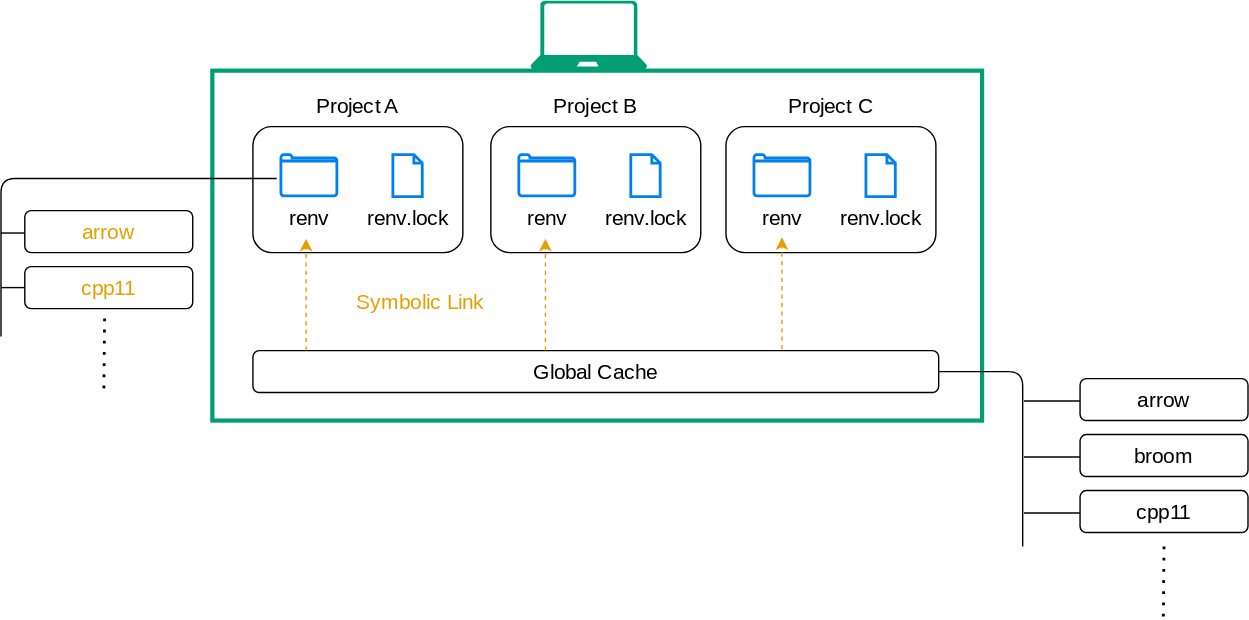
This is docs/static/img/renv_backgroud.drawio.svg from kazuyanagimoto/rabootcamp-docker-2023, a draw.io export, as it was before one commit. Source tidied: cells renumbered, new cells last; positions are measured from the earlier drawing's top-left corner, leaving out a move shared by most shapes. The source it was exported from:
```xml
<mxGraphModel>
  <root>
    <mxCell id="0" />
    <mxCell id="1" parent="0" />
    <mxCell id="2" style="rounded=0;whiteSpace=wrap;html=1;fillColor=none;strokeColor=#009E73;strokeWidth=3;fontFamily=Montserrat;fontSource=https%3A%2F%2Ffonts.googleapis.com%2Fcss%3Ffamily%3DMontserrat;" parent="1" vertex="1">
      <mxGeometry x="151" y="50" width="550" height="250" as="geometry" />
    </mxCell>
    <mxCell id="3" style="verticalLabelPosition=bottom;html=1;verticalAlign=top;align=center;strokeColor=none;fillColor=#009E73;shape=mxgraph.azure.laptop;fontFamily=Montserrat;fontSource=https%3A%2F%2Ffonts.googleapis.com%2Fcss%3Ffamily%3DMontserrat;" parent="1" vertex="1">
      <mxGeometry x="378.3" width="83.3" height="50" as="geometry" />
    </mxCell>
    <mxCell id="4" value="Global Cache" style="rounded=1;whiteSpace=wrap;html=1;fillColor=none;fontSize=15;fontFamily=Montserrat;fontSource=https%3A%2F%2Ffonts.googleapis.com%2Fcss%3Ffamily%3DMontserrat;" parent="1" vertex="1">
      <mxGeometry x="180" y="250" width="490" height="30" as="geometry" />
    </mxCell>
    <mxCell id="5" style="endArrow=none;html=1;fontSize=15;fontFamily=Montserrat;fontSource=https%3A%2F%2Ffonts.googleapis.com%2Fcss%3Ffamily%3DMontserrat;" parent="1" edge="1">
      <mxGeometry relative="1" as="geometry">
        <mxPoint x="731" y="286" as="sourcePoint" />
        <mxPoint x="771" y="286" as="targetPoint" />
      </mxGeometry>
    </mxCell>
    <mxCell id="6" value="arrow" style="rounded=1;whiteSpace=wrap;html=1;fontSize=15;fillColor=none;fontFamily=Montserrat;fontSource=https%3A%2F%2Ffonts.googleapis.com%2Fcss%3Ffamily%3DMontserrat;" parent="1" vertex="1">
      <mxGeometry x="771" y="270" width="120" height="30" as="geometry" />
    </mxCell>
    <mxCell id="7" style="endArrow=none;html=1;fontSize=15;fontFamily=Montserrat;fontSource=https%3A%2F%2Ffonts.googleapis.com%2Fcss%3Ffamily%3DMontserrat;" parent="1" edge="1">
      <mxGeometry relative="1" as="geometry">
        <mxPoint x="731" y="326" as="sourcePoint" />
        <mxPoint x="771" y="326" as="targetPoint" />
      </mxGeometry>
    </mxCell>
    <mxCell id="8" value="broom" style="rounded=1;whiteSpace=wrap;html=1;fontSize=15;fillColor=none;fontFamily=Montserrat;fontSource=https%3A%2F%2Ffonts.googleapis.com%2Fcss%3Ffamily%3DMontserrat;" parent="1" vertex="1">
      <mxGeometry x="771" y="310" width="120" height="30" as="geometry" />
    </mxCell>
    <mxCell id="9" style="endArrow=none;html=1;fontSize=15;fontFamily=Montserrat;fontSource=https%3A%2F%2Ffonts.googleapis.com%2Fcss%3Ffamily%3DMontserrat;" parent="1" edge="1">
      <mxGeometry relative="1" as="geometry">
        <mxPoint x="731" y="366" as="sourcePoint" />
        <mxPoint x="771" y="366" as="targetPoint" />
      </mxGeometry>
    </mxCell>
    <mxCell id="10" value="cpp11" style="rounded=1;whiteSpace=wrap;html=1;fontSize=15;fillColor=none;fontFamily=Montserrat;fontSource=https%3A%2F%2Ffonts.googleapis.com%2Fcss%3Ffamily%3DMontserrat;" parent="1" vertex="1">
      <mxGeometry x="771" y="350" width="120" height="30" as="geometry" />
    </mxCell>
    <mxCell id="11" style="endArrow=none;dashed=1;html=1;dashPattern=1 3;strokeWidth=2;fontSize=15;fontFamily=Montserrat;fontSource=https%3A%2F%2Ffonts.googleapis.com%2Fcss%3Ffamily%3DMontserrat;" parent="1" edge="1">
      <mxGeometry relative="1" as="geometry">
        <mxPoint x="831" y="390" as="sourcePoint" />
        <mxPoint x="830.5" y="440" as="targetPoint" />
      </mxGeometry>
    </mxCell>
    <mxCell id="12" style="rounded=1;whiteSpace=wrap;html=1;fontSize=15;fillColor=none;fontFamily=Montserrat;fontSource=https%3A%2F%2Ffonts.googleapis.com%2Fcss%3Ffamily%3DMontserrat;" parent="1" vertex="1">
      <mxGeometry x="180" y="90" width="150" height="90" as="geometry" />
    </mxCell>
    <mxCell id="13" value="renv.lock" style="html=1;verticalLabelPosition=bottom;align=center;labelBackgroundColor=none;verticalAlign=top;strokeWidth=2;strokeColor=#0080F0;shadow=0;dashed=0;shape=mxgraph.ios7.icons.document;fontSize=15;fillColor=none;fontColor=default;fontFamily=Montserrat;fontSource=https%3A%2F%2Ffonts.googleapis.com%2Fcss%3Ffamily%3DMontserrat;" parent="1" vertex="1">
      <mxGeometry x="280" y="110" width="21" height="30" as="geometry" />
    </mxCell>
    <mxCell id="14" value="renv" style="html=1;verticalLabelPosition=bottom;align=center;labelBackgroundColor=none;verticalAlign=top;strokeWidth=2;strokeColor=#0080F0;shadow=0;dashed=0;shape=mxgraph.ios7.icons.folder;fontSize=15;fontColor=default;fillColor=none;fontFamily=Montserrat;fontSource=https%3A%2F%2Ffonts.googleapis.com%2Fcss%3Ffamily%3DMontserrat;" parent="1" vertex="1">
      <mxGeometry x="200" y="110" width="40" height="29.5" as="geometry" />
    </mxCell>
    <mxCell id="15" value="Project A" style="text;html=1;strokeColor=none;fillColor=none;align=center;verticalAlign=middle;whiteSpace=wrap;rounded=0;labelBackgroundColor=none;fontSize=15;fontColor=default;fontFamily=Montserrat;fontSource=https%3A%2F%2Ffonts.googleapis.com%2Fcss%3Ffamily%3DMontserrat;" parent="1" vertex="1">
      <mxGeometry x="215" y="60" width="80" height="30" as="geometry" />
    </mxCell>
    <mxCell id="16" style="rounded=1;whiteSpace=wrap;html=1;fontSize=15;fillColor=none;fontFamily=Montserrat;fontSource=https%3A%2F%2Ffonts.googleapis.com%2Fcss%3Ffamily%3DMontserrat;" parent="1" vertex="1">
      <mxGeometry x="350" y="90" width="150" height="90" as="geometry" />
    </mxCell>
    <mxCell id="17" value="renv.lock" style="html=1;verticalLabelPosition=bottom;align=center;labelBackgroundColor=none;verticalAlign=top;strokeWidth=2;strokeColor=#0080F0;shadow=0;dashed=0;shape=mxgraph.ios7.icons.document;fontSize=15;fillColor=none;fontColor=default;fontFamily=Montserrat;fontSource=https%3A%2F%2Ffonts.googleapis.com%2Fcss%3Ffamily%3DMontserrat;" parent="1" vertex="1">
      <mxGeometry x="450" y="110" width="21" height="30" as="geometry" />
    </mxCell>
    <mxCell id="18" value="Project B" style="text;html=1;strokeColor=none;fillColor=none;align=center;verticalAlign=middle;whiteSpace=wrap;rounded=0;labelBackgroundColor=none;fontSize=15;fontColor=default;fontFamily=Montserrat;fontSource=https%3A%2F%2Ffonts.googleapis.com%2Fcss%3Ffamily%3DMontserrat;" parent="1" vertex="1">
      <mxGeometry x="385" y="60" width="80" height="30" as="geometry" />
    </mxCell>
    <mxCell id="19" style="rounded=1;whiteSpace=wrap;html=1;fontSize=15;fillColor=none;fontFamily=Montserrat;fontSource=https%3A%2F%2Ffonts.googleapis.com%2Fcss%3Ffamily%3DMontserrat;" parent="1" vertex="1">
      <mxGeometry x="518" y="90" width="150" height="90" as="geometry" />
    </mxCell>
    <mxCell id="20" value="renv.lock" style="html=1;verticalLabelPosition=bottom;align=center;labelBackgroundColor=none;verticalAlign=top;strokeWidth=2;strokeColor=#0080F0;shadow=0;dashed=0;shape=mxgraph.ios7.icons.document;fontSize=15;fillColor=none;fontColor=default;fontFamily=Montserrat;fontSource=https%3A%2F%2Ffonts.googleapis.com%2Fcss%3Ffamily%3DMontserrat;" parent="1" vertex="1">
      <mxGeometry x="618" y="110" width="21" height="30" as="geometry" />
    </mxCell>
    <mxCell id="21" value="renv" style="html=1;verticalLabelPosition=bottom;align=center;labelBackgroundColor=none;verticalAlign=top;strokeWidth=2;strokeColor=#0080F0;shadow=0;dashed=0;shape=mxgraph.ios7.icons.folder;fontSize=15;fontColor=default;fillColor=none;fontFamily=Montserrat;fontSource=https%3A%2F%2Ffonts.googleapis.com%2Fcss%3Ffamily%3DMontserrat;" parent="1" vertex="1">
      <mxGeometry x="538" y="110" width="40" height="29.5" as="geometry" />
    </mxCell>
    <mxCell id="22" value="Project C" style="text;html=1;strokeColor=none;fillColor=none;align=center;verticalAlign=middle;whiteSpace=wrap;rounded=0;labelBackgroundColor=none;fontSize=15;fontColor=default;fontFamily=Montserrat;fontSource=https%3A%2F%2Ffonts.googleapis.com%2Fcss%3Ffamily%3DMontserrat;" parent="1" vertex="1">
      <mxGeometry x="553" y="60" width="80" height="30" as="geometry" />
    </mxCell>
    <mxCell id="23" style="endArrow=none;html=1;fontSize=15;fontColor=default;exitX=1;exitY=0.5;exitDx=0;exitDy=0;fontFamily=Montserrat;fontSource=https%3A%2F%2Ffonts.googleapis.com%2Fcss%3Ffamily%3DMontserrat;" parent="1" edge="1" source="4">
      <mxGeometry relative="1" as="geometry">
        <mxPoint x="730" y="390" as="targetPoint" />
        <Array as="points">
          <mxPoint x="730" y="265" />
        </Array>
      </mxGeometry>
    </mxCell>
    <mxCell id="24" value="renv" style="html=1;verticalLabelPosition=bottom;align=center;labelBackgroundColor=none;verticalAlign=top;strokeWidth=2;strokeColor=#0080F0;shadow=0;dashed=0;shape=mxgraph.ios7.icons.folder;fontSize=15;fontColor=default;fillColor=none;fontFamily=Montserrat;fontSource=https%3A%2F%2Ffonts.googleapis.com%2Fcss%3Ffamily%3DMontserrat;" parent="1" vertex="1">
      <mxGeometry x="370" y="110" width="40" height="29.5" as="geometry" />
    </mxCell>
    <mxCell id="25" style="endArrow=classic;html=1;fontSize=15;fontColor=default;exitX=0.75;exitY=0;exitDx=0;exitDy=0;dashed=1;strokeColor=#E69F00;fontFamily=Montserrat;fontSource=https%3A%2F%2Ffonts.googleapis.com%2Fcss%3Ffamily%3DMontserrat;" parent="1" edge="1">
      <mxGeometry relative="1" as="geometry">
        <mxPoint x="558" y="249" as="sourcePoint" />
        <mxPoint x="558" y="169" as="targetPoint" />
      </mxGeometry>
    </mxCell>
    <mxCell id="26" style="endArrow=classic;html=1;fontSize=15;fontColor=default;exitX=0.75;exitY=0;exitDx=0;exitDy=0;dashed=1;strokeColor=#E69F00;fontFamily=Montserrat;fontSource=https%3A%2F%2Ffonts.googleapis.com%2Fcss%3Ffamily%3DMontserrat;" parent="1" edge="1">
      <mxGeometry relative="1" as="geometry">
        <mxPoint x="389" y="250" as="sourcePoint" />
        <mxPoint x="389" y="170" as="targetPoint" />
      </mxGeometry>
    </mxCell>
    <mxCell id="27" style="endArrow=classic;html=1;fontSize=15;fontColor=default;exitX=0.75;exitY=0;exitDx=0;exitDy=0;dashed=1;strokeColor=#E69F00;fontFamily=Montserrat;fontSource=https%3A%2F%2Ffonts.googleapis.com%2Fcss%3Ffamily%3DMontserrat;" parent="1" edge="1">
      <mxGeometry relative="1" as="geometry">
        <mxPoint x="218" y="250" as="sourcePoint" />
        <mxPoint x="218" y="170" as="targetPoint" />
      </mxGeometry>
    </mxCell>
    <mxCell id="28" value="Symbolic Link" style="text;html=1;strokeColor=none;fillColor=none;align=center;verticalAlign=middle;whiteSpace=wrap;rounded=0;labelBackgroundColor=none;fontSize=15;fontColor=#E69F00;fontFamily=Montserrat;fontSource=https%3A%2F%2Ffonts.googleapis.com%2Fcss%3Ffamily%3DMontserrat;" parent="1" vertex="1">
      <mxGeometry x="250" y="200" width="100" height="30" as="geometry" />
    </mxCell>
    <mxCell id="29" style="endArrow=none;html=1;fontSize=15;fontColor=default;fontFamily=Montserrat;fontSource=https%3A%2F%2Ffonts.googleapis.com%2Fcss%3Ffamily%3DMontserrat;" parent="1" edge="1">
      <mxGeometry relative="1" as="geometry">
        <mxPoint x="197" y="127" as="sourcePoint" />
        <mxPoint y="240" as="targetPoint" />
        <Array as="points">
          <mxPoint y="127" />
        </Array>
      </mxGeometry>
    </mxCell>
    <mxCell id="30" style="endArrow=none;html=1;fontSize=15;fontFamily=Montserrat;fontSource=https%3A%2F%2Ffonts.googleapis.com%2Fcss%3Ffamily%3DMontserrat;" parent="1" edge="1">
      <mxGeometry relative="1" as="geometry">
        <mxPoint y="166" as="sourcePoint" />
        <mxPoint x="17" y="166" as="targetPoint" />
      </mxGeometry>
    </mxCell>
    <mxCell id="31" value="arrow" style="rounded=1;whiteSpace=wrap;html=1;fontSize=15;fillColor=none;fontFamily=Montserrat;fontSource=https%3A%2F%2Ffonts.googleapis.com%2Fcss%3Ffamily%3DMontserrat;fontColor=#E69F00;" parent="1" vertex="1">
      <mxGeometry x="17" y="150" width="120" height="30" as="geometry" />
    </mxCell>
    <mxCell id="32" value="cpp11" style="rounded=1;whiteSpace=wrap;html=1;fontSize=15;fillColor=none;fontFamily=Montserrat;fontSource=https%3A%2F%2Ffonts.googleapis.com%2Fcss%3Ffamily%3DMontserrat;fontColor=#E69F00;" parent="1" vertex="1">
      <mxGeometry x="17" y="190" width="120" height="30" as="geometry" />
    </mxCell>
    <mxCell id="33" style="endArrow=none;html=1;fontSize=15;fontFamily=Montserrat;fontSource=https%3A%2F%2Ffonts.googleapis.com%2Fcss%3Ffamily%3DMontserrat;" parent="1" edge="1">
      <mxGeometry relative="1" as="geometry">
        <mxPoint y="205" as="sourcePoint" />
        <mxPoint x="17" y="205" as="targetPoint" />
      </mxGeometry>
    </mxCell>
    <mxCell id="34" style="endArrow=none;dashed=1;html=1;dashPattern=1 3;strokeWidth=2;fontSize=15;fontFamily=Montserrat;fontSource=https%3A%2F%2Ffonts.googleapis.com%2Fcss%3Ffamily%3DMontserrat;" parent="1" edge="1">
      <mxGeometry relative="1" as="geometry">
        <mxPoint x="74" y="227" as="sourcePoint" />
        <mxPoint x="73.5" y="277" as="targetPoint" />
      </mxGeometry>
    </mxCell>
  </root>
</mxGraphModel>
```
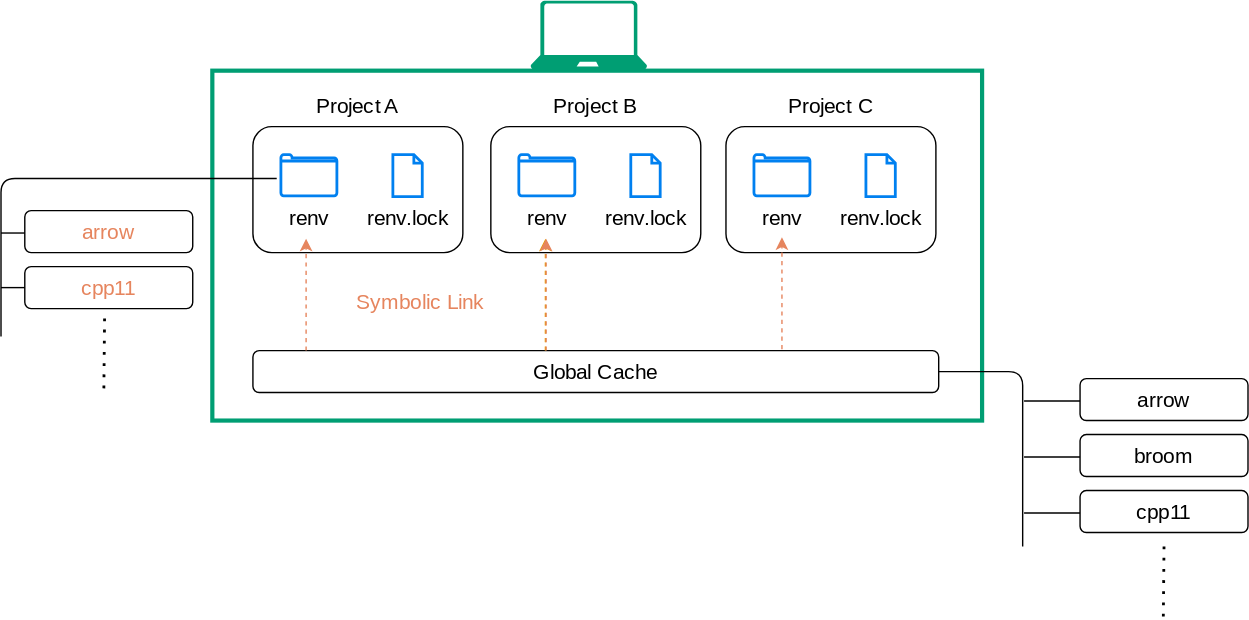
Above is the later version.

The edit, as a diff of the source:
```diff
@@ -88,7 +88,7 @@
     <mxCell id="24" value="renv" style="html=1;verticalLabelPosition=bottom;align=center;labelBackgroundColor=none;verticalAlign=top;strokeWidth=2;strokeColor=#0080F0;shadow=0;dashed=0;shape=mxgraph.ios7.icons.folder;fontSize=15;fontColor=default;fillColor=none;fontFamily=Montserrat;fontSource=https%3A%2F%2Ffonts.googleapis.com%2Fcss%3Ffamily%3DMontserrat;" parent="1" vertex="1">
       <mxGeometry x="370" y="110" width="40" height="29.5" as="geometry" />
     </mxCell>
-    <mxCell id="25" style="endArrow=classic;html=1;fontSize=15;fontColor=default;exitX=0.75;exitY=0;exitDx=0;exitDy=0;dashed=1;strokeColor=#E69F00;fontFamily=Montserrat;fontSource=https%3A%2F%2Ffonts.googleapis.com%2Fcss%3Ffamily%3DMontserrat;" parent="1" edge="1">
+    <mxCell id="25" style="endArrow=classic;html=1;fontSize=15;fontColor=default;exitX=0.75;exitY=0;exitDx=0;exitDy=0;dashed=1;strokeColor=#E6855E;fontFamily=Montserrat;fontSource=https%3A%2F%2Ffonts.googleapis.com%2Fcss%3Ffamily%3DMontserrat;" parent="1" edge="1">
       <mxGeometry relative="1" as="geometry">
         <mxPoint x="558" y="249" as="sourcePoint" />
         <mxPoint x="558" y="169" as="targetPoint" />
@@ -100,13 +100,13 @@
         <mxPoint x="389" y="170" as="targetPoint" />
       </mxGeometry>
     </mxCell>
-    <mxCell id="27" style="endArrow=classic;html=1;fontSize=15;fontColor=default;exitX=0.75;exitY=0;exitDx=0;exitDy=0;dashed=1;strokeColor=#E69F00;fontFamily=Montserrat;fontSource=https%3A%2F%2Ffonts.googleapis.com%2Fcss%3Ffamily%3DMontserrat;" parent="1" edge="1">
+    <mxCell id="27" style="endArrow=classic;html=1;fontSize=15;fontColor=default;exitX=0.75;exitY=0;exitDx=0;exitDy=0;dashed=1;strokeColor=#E6855E;fontFamily=Montserrat;fontSource=https%3A%2F%2Ffonts.googleapis.com%2Fcss%3Ffamily%3DMontserrat;" parent="1" edge="1">
       <mxGeometry relative="1" as="geometry">
         <mxPoint x="218" y="250" as="sourcePoint" />
         <mxPoint x="218" y="170" as="targetPoint" />
       </mxGeometry>
     </mxCell>
-    <mxCell id="28" value="Symbolic Link" style="text;html=1;strokeColor=none;fillColor=none;align=center;verticalAlign=middle;whiteSpace=wrap;rounded=0;labelBackgroundColor=none;fontSize=15;fontColor=#E69F00;fontFamily=Montserrat;fontSource=https%3A%2F%2Ffonts.googleapis.com%2Fcss%3Ffamily%3DMontserrat;" parent="1" vertex="1">
+    <mxCell id="28" value="Symbolic Link" style="text;html=1;strokeColor=none;fillColor=none;align=center;verticalAlign=middle;whiteSpace=wrap;rounded=0;labelBackgroundColor=none;fontSize=15;fontColor=#E6855E;fontFamily=Montserrat;fontSource=https%3A%2F%2Ffonts.googleapis.com%2Fcss%3Ffamily%3DMontserrat;" parent="1" vertex="1">
       <mxGeometry x="250" y="200" width="100" height="30" as="geometry" />
     </mxCell>
     <mxCell id="29" style="endArrow=none;html=1;fontSize=15;fontColor=default;fontFamily=Montserrat;fontSource=https%3A%2F%2Ffonts.googleapis.com%2Fcss%3Ffamily%3DMontserrat;" parent="1" edge="1">
@@ -124,10 +124,10 @@
         <mxPoint x="17" y="166" as="targetPoint" />
       </mxGeometry>
     </mxCell>
-    <mxCell id="31" value="arrow" style="rounded=1;whiteSpace=wrap;html=1;fontSize=15;fillColor=none;fontFamily=Montserrat;fontSource=https%3A%2F%2Ffonts.googleapis.com%2Fcss%3Ffamily%3DMontserrat;fontColor=#E69F00;" parent="1" vertex="1">
+    <mxCell id="31" value="arrow" style="rounded=1;whiteSpace=wrap;html=1;fontSize=15;fillColor=none;fontFamily=Montserrat;fontSource=https%3A%2F%2Ffonts.googleapis.com%2Fcss%3Ffamily%3DMontserrat;fontColor=#E6855E;" parent="1" vertex="1">
       <mxGeometry x="17" y="150" width="120" height="30" as="geometry" />
     </mxCell>
-    <mxCell id="32" value="cpp11" style="rounded=1;whiteSpace=wrap;html=1;fontSize=15;fillColor=none;fontFamily=Montserrat;fontSource=https%3A%2F%2Ffonts.googleapis.com%2Fcss%3Ffamily%3DMontserrat;fontColor=#E69F00;" parent="1" vertex="1">
+    <mxCell id="32" value="cpp11" style="rounded=1;whiteSpace=wrap;html=1;fontSize=15;fillColor=none;fontFamily=Montserrat;fontSource=https%3A%2F%2Ffonts.googleapis.com%2Fcss%3Ffamily%3DMontserrat;fontColor=#E6855E;" parent="1" vertex="1">
       <mxGeometry x="17" y="190" width="120" height="30" as="geometry" />
     </mxCell>
     <mxCell id="33" style="endArrow=none;html=1;fontSize=15;fontFamily=Montserrat;fontSource=https%3A%2F%2Ffonts.googleapis.com%2Fcss%3Ffamily%3DMontserrat;" parent="1" edge="1">
@@ -142,5 +142,11 @@
         <mxPoint x="73.5" y="277" as="targetPoint" />
       </mxGeometry>
     </mxCell>
+    <mxCell id="35" style="endArrow=classic;html=1;fontSize=15;fontColor=default;exitX=0.75;exitY=0;exitDx=0;exitDy=0;dashed=1;strokeColor=#E6855E;fontFamily=Montserrat;fontSource=https%3A%2F%2Ffonts.googleapis.com%2Fcss%3Ffamily%3DMontserrat;" parent="1" edge="1">
+      <mxGeometry relative="1" as="geometry">
+        <mxPoint x="389.5" y="250" as="sourcePoint" />
+        <mxPoint x="389.5" y="170" as="targetPoint" />
+      </mxGeometry>
+    </mxCell>
   </root>
 </mxGraphModel>
```
